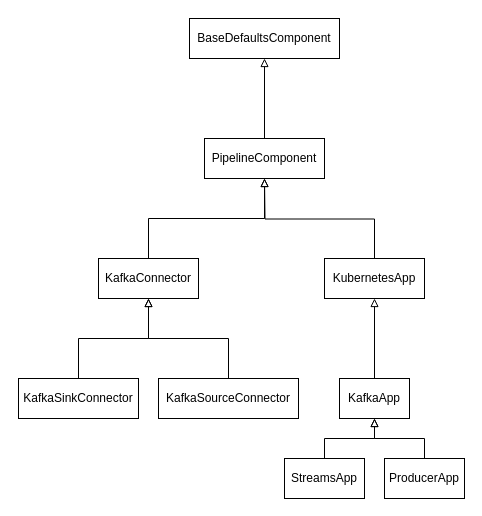
bakdata/kpops keeps this draw.io diagram as docs/docs/images/kpops-components_class-diagram.drawio. Above is the earlier version. Source tidied: cells renumbered, new cells numbered last; positions are measured from the earlier drawing's top-left corner, leaving out a move shared by most shapes. Both pictures are drawn from the tidied source at 100%, with x=0, y=0 at pixel (18, 18).
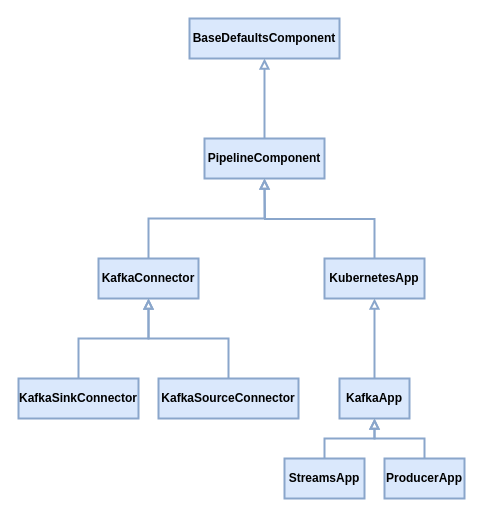
The same diagram, later.

Commit message (it also covers changes not shown here):
beautified diagram

Change to the diagram source:
```diff
@@
 <mxGraphModel>
   <root>
     <mxCell id="0" />
     <mxCell id="1" parent="0" />
-    <mxCell id="2" style="edgeStyle=orthogonalEdgeStyle;shape=connector;rounded=0;jettySize=auto;html=1;exitX=0.5;exitY=0;exitDx=0;exitDy=0;labelBackgroundColor=default;strokeColor=default;fontFamily=Helvetica;fontSize=11;fontColor=default;endArrow=block;endFill=0;" parent="1" edge="1" source="3" target="6">
+    <mxCell id="2" style="edgeStyle=orthogonalEdgeStyle;shape=connector;rounded=0;jettySize=auto;html=1;exitX=0.5;exitY=0;exitDx=0;exitDy=0;labelBackgroundColor=default;fontFamily=Helvetica;fontSize=11;fontColor=default;endArrow=block;endFill=0;fillColor=#b1ddf0;strokeColor=#8aa6cb;strokeWidth=2;fontStyle=1;" parent="1" edge="1" source="3" target="6">
       <mxGeometry relative="1" as="geometry" />
     </mxCell>
-    <mxCell id="3" value="PipelineComponent" style="rounded=0;whiteSpace=wrap;html=1;" parent="1" vertex="1">
+    <mxCell id="3" value="PipelineComponent" style="rounded=0;whiteSpace=wrap;html=1;strokeColor=#8aa6cb;strokeWidth=2;fontStyle=1;fillColor=#DAE8FC;" parent="1" vertex="1">
       <mxGeometry x="186" y="120" width="120" height="40" as="geometry" />
     </mxCell>
-    <mxCell id="4" style="edgeStyle=orthogonalEdgeStyle;rounded=0;jettySize=auto;html=1;exitX=0.5;exitY=0;exitDx=0;exitDy=0;endArrow=block;endFill=0;" parent="1" edge="1" source="5">
+    <mxCell id="4" style="edgeStyle=orthogonalEdgeStyle;rounded=0;jettySize=auto;html=1;exitX=0.5;exitY=0;exitDx=0;exitDy=0;endArrow=block;endFill=0;strokeColor=#8aa6cb;strokeWidth=2;fontStyle=1;" parent="1" edge="1" source="5">
       <mxGeometry relative="1" as="geometry">
         <mxPoint x="246" y="160" as="targetPoint" />
       </mxGeometry>
     </mxCell>
-    <mxCell id="5" value="&lt;div&gt;KubernetesApp&lt;/div&gt;" style="rounded=0;whiteSpace=wrap;html=1;" parent="1" vertex="1">
+    <mxCell id="5" value="&lt;div&gt;KubernetesApp&lt;/div&gt;" style="rounded=0;whiteSpace=wrap;html=1;strokeColor=#8aa6cb;strokeWidth=2;fontStyle=1;fillColor=#DAE8FC;" parent="1" vertex="1">
       <mxGeometry x="306" y="240" width="100" height="40" as="geometry" />
     </mxCell>
-    <mxCell id="6" value="BaseDefaultsComponent" style="rounded=0;whiteSpace=wrap;html=1;" parent="1" vertex="1">
+    <mxCell id="6" value="BaseDefaultsComponent" style="rounded=0;whiteSpace=wrap;html=1;fillColor=#DAE8FC;strokeColor=#8aa6cb;strokeWidth=2;fontStyle=1;" parent="1" vertex="1">
       <mxGeometry x="171" width="150" height="40" as="geometry" />
     </mxCell>
-    <mxCell id="7" style="edgeStyle=orthogonalEdgeStyle;rounded=0;jettySize=auto;html=1;exitX=0.5;exitY=0;exitDx=0;exitDy=0;endArrow=block;endFill=0;" parent="1" edge="1" source="8" target="5">
+    <mxCell id="7" style="edgeStyle=orthogonalEdgeStyle;rounded=0;jettySize=auto;html=1;exitX=0.5;exitY=0;exitDx=0;exitDy=0;endArrow=block;endFill=0;strokeColor=#8aa6cb;strokeWidth=2;fontStyle=1;" parent="1" edge="1" source="8" target="5">
       <mxGeometry relative="1" as="geometry" />
     </mxCell>
-    <mxCell id="8" value="KafkaApp" style="rounded=0;whiteSpace=wrap;html=1;" parent="1" vertex="1">
+    <mxCell id="8" value="KafkaApp" style="rounded=0;whiteSpace=wrap;html=1;strokeColor=#8aa6cb;strokeWidth=2;fontStyle=1;fillColor=#DAE8FC;" parent="1" vertex="1">
       <mxGeometry x="321" y="360" width="70" height="40" as="geometry" />
     </mxCell>
-    <mxCell id="9" style="edgeStyle=orthogonalEdgeStyle;shape=connector;rounded=0;jettySize=auto;html=1;exitX=0.5;exitY=0;exitDx=0;exitDy=0;labelBackgroundColor=default;strokeColor=default;fontFamily=Helvetica;fontSize=11;fontColor=default;endArrow=block;endFill=0;" parent="1" edge="1" source="10" target="8">
+    <mxCell id="9" style="edgeStyle=orthogonalEdgeStyle;shape=connector;rounded=0;jettySize=auto;html=1;exitX=0.5;exitY=0;exitDx=0;exitDy=0;labelBackgroundColor=default;fontFamily=Helvetica;fontSize=11;fontColor=default;endArrow=block;endFill=0;strokeColor=#8aa6cb;strokeWidth=2;fontStyle=1;" parent="1" edge="1" source="10" target="8">
       <mxGeometry relative="1" as="geometry" />
     </mxCell>
-    <mxCell id="10" value="StreamsApp" style="rounded=0;whiteSpace=wrap;html=1;" parent="1" vertex="1">
+    <mxCell id="10" value="StreamsApp" style="rounded=0;whiteSpace=wrap;html=1;strokeColor=#8aa6cb;strokeWidth=2;fontStyle=1;fillColor=#DAE8FC;" parent="1" vertex="1">
       <mxGeometry x="266" y="440" width="80" height="40" as="geometry" />
     </mxCell>
-    <mxCell id="11" style="edgeStyle=orthogonalEdgeStyle;rounded=0;jettySize=auto;html=1;exitX=0.5;exitY=0;exitDx=0;exitDy=0;entryX=0.5;entryY=1;entryDx=0;entryDy=0;endArrow=block;endFill=0;" parent="1" edge="1" source="12" target="3">
+    <mxCell id="11" style="edgeStyle=orthogonalEdgeStyle;rounded=0;jettySize=auto;html=1;exitX=0.5;exitY=0;exitDx=0;exitDy=0;entryX=0.5;entryY=1;entryDx=0;entryDy=0;endArrow=block;endFill=0;strokeColor=#8aa6cb;strokeWidth=2;fontStyle=1;" parent="1" edge="1" source="12" target="3">
       <mxGeometry relative="1" as="geometry" />
     </mxCell>
-    <mxCell id="12" value="KafkaConnector" style="rounded=0;whiteSpace=wrap;html=1;" parent="1" vertex="1">
+    <mxCell id="12" value="KafkaConnector" style="rounded=0;whiteSpace=wrap;html=1;strokeColor=#8aa6cb;strokeWidth=2;fontStyle=1;fillColor=#DAE8FC;" parent="1" vertex="1">
       <mxGeometry x="80" y="240" width="100" height="40" as="geometry" />
     </mxCell>
-    <mxCell id="13" style="edgeStyle=orthogonalEdgeStyle;shape=connector;rounded=0;jettySize=auto;html=1;exitX=0.5;exitY=0;exitDx=0;exitDy=0;labelBackgroundColor=default;strokeColor=default;fontFamily=Helvetica;fontSize=11;fontColor=default;endArrow=block;endFill=0;" parent="1" edge="1" source="14" target="12">
+    <mxCell id="13" style="edgeStyle=orthogonalEdgeStyle;shape=connector;rounded=0;jettySize=auto;html=1;exitX=0.5;exitY=0;exitDx=0;exitDy=0;labelBackgroundColor=default;fontFamily=Helvetica;fontSize=11;fontColor=default;endArrow=block;endFill=0;strokeColor=#8aa6cb;strokeWidth=2;fontStyle=1;" parent="1" edge="1" source="14" target="12">
       <mxGeometry relative="1" as="geometry" />
     </mxCell>
-    <mxCell id="14" value="KafkaSinkConnector" style="rounded=0;whiteSpace=wrap;html=1;" parent="1" vertex="1">
+    <mxCell id="14" value="KafkaSinkConnector" style="rounded=0;whiteSpace=wrap;html=1;strokeColor=#8aa6cb;strokeWidth=2;fontStyle=1;fillColor=#DAE8FC;" parent="1" vertex="1">
       <mxGeometry y="360" width="120" height="40" as="geometry" />
     </mxCell>
-    <mxCell id="15" style="edgeStyle=orthogonalEdgeStyle;shape=connector;rounded=0;jettySize=auto;html=1;exitX=0.5;exitY=0;exitDx=0;exitDy=0;labelBackgroundColor=default;strokeColor=default;fontFamily=Helvetica;fontSize=11;fontColor=default;endArrow=block;endFill=0;" parent="1" edge="1" source="16" target="12">
+    <mxCell id="15" style="edgeStyle=orthogonalEdgeStyle;shape=connector;rounded=0;jettySize=auto;html=1;exitX=0.5;exitY=0;exitDx=0;exitDy=0;labelBackgroundColor=default;fontFamily=Helvetica;fontSize=11;fontColor=default;endArrow=block;endFill=0;strokeColor=#8aa6cb;strokeWidth=2;fontStyle=1;" parent="1" edge="1" source="16" target="12">
       <mxGeometry relative="1" as="geometry" />
     </mxCell>
-    <mxCell id="16" value="&lt;div&gt;KafkaSourceConnector&lt;/div&gt;" style="rounded=0;whiteSpace=wrap;html=1;" parent="1" vertex="1">
+    <mxCell id="16" value="&lt;div&gt;KafkaSourceConnector&lt;/div&gt;" style="rounded=0;whiteSpace=wrap;html=1;strokeColor=#8aa6cb;strokeWidth=2;fontStyle=1;fillColor=#DAE8FC;" parent="1" vertex="1">
       <mxGeometry x="140" y="360" width="140" height="40" as="geometry" />
     </mxCell>
-    <mxCell id="17" style="edgeStyle=orthogonalEdgeStyle;shape=connector;rounded=0;jettySize=auto;html=1;exitX=0.5;exitY=0;exitDx=0;exitDy=0;labelBackgroundColor=default;strokeColor=default;fontFamily=Helvetica;fontSize=11;fontColor=default;endArrow=block;endFill=0;" parent="1" edge="1" source="18" target="8">
+    <mxCell id="17" style="edgeStyle=orthogonalEdgeStyle;shape=connector;rounded=0;jettySize=auto;html=1;exitX=0.5;exitY=0;exitDx=0;exitDy=0;labelBackgroundColor=default;fontFamily=Helvetica;fontSize=11;fontColor=default;endArrow=block;endFill=0;strokeColor=#8aa6cb;strokeWidth=2;fontStyle=1;" parent="1" edge="1" source="18" target="8">
       <mxGeometry relative="1" as="geometry" />
     </mxCell>
-    <mxCell id="18" value="ProducerApp" style="rounded=0;whiteSpace=wrap;html=1;" parent="1" vertex="1">
+    <mxCell id="18" value="ProducerApp" style="rounded=0;whiteSpace=wrap;html=1;strokeColor=#8aa6cb;strokeWidth=2;fontStyle=1;fillColor=#DAE8FC;" parent="1" vertex="1">
       <mxGeometry x="366" y="440" width="80" height="40" as="geometry" />
     </mxCell>
   </root>
 </mxGraphModel>
```
